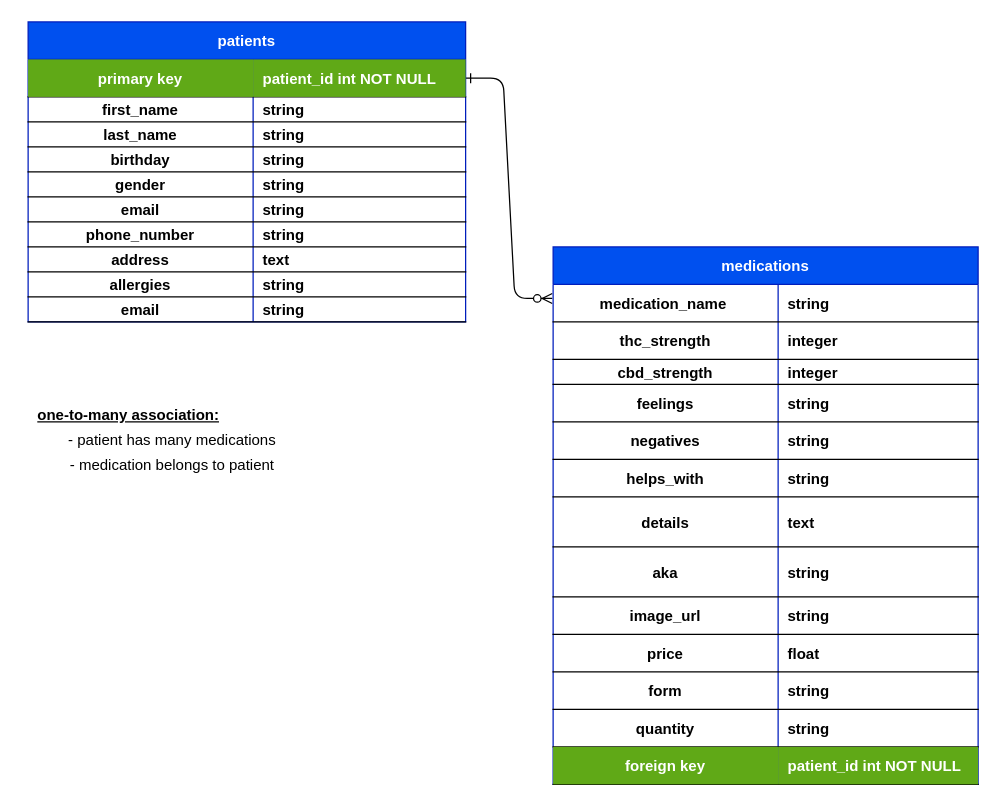
The draw.io diagram .drawio in minchulan/dailydose-server, before the edit. Source tidied: cells renumbered, new cells numbered last; positions are measured from the earlier drawing's top-left corner, leaving out a move shared by most shapes. Both pictures are drawn from the tidied source at 125%, with x=0, y=0 at pixel (21, 21).
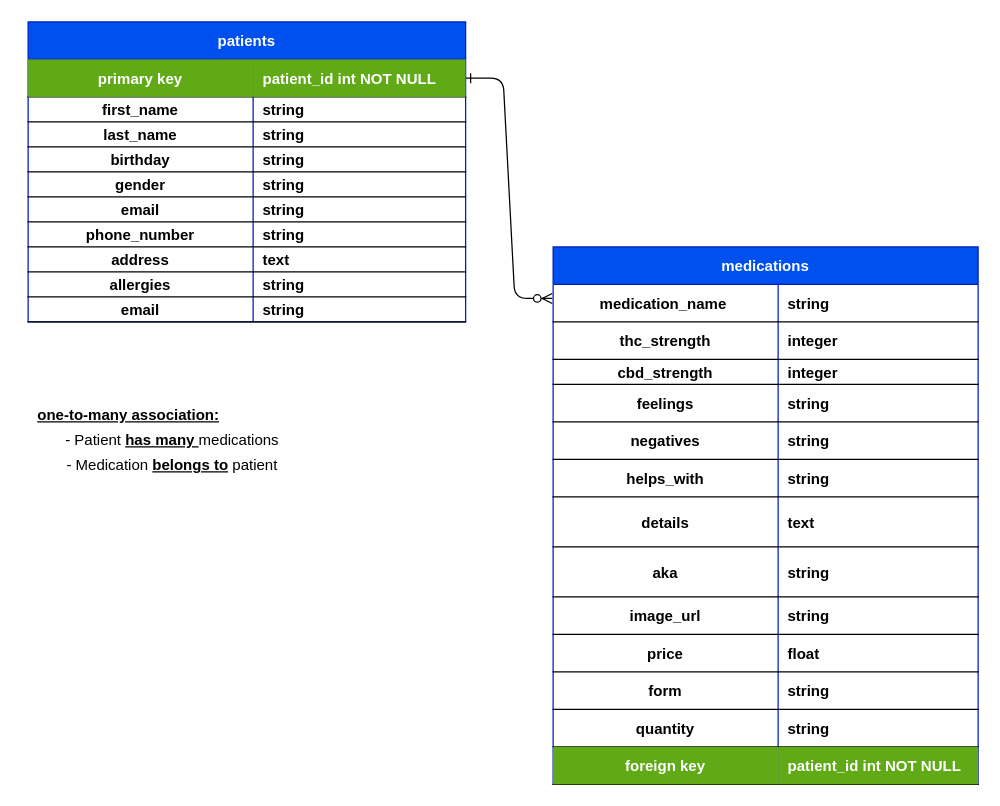
Above is the later version.

Diff of the diagram source:
```diff
@@
-    <mxCell id="35" value="- patient has many medications" style="text;html=1;align=center;verticalAlign=middle;strokeColor=none;fillColor=none;" parent="1" vertex="1">
+    <mxCell id="35" value="- Patient &lt;b&gt;&lt;u&gt;has many &lt;/u&gt;&lt;/b&gt;medications" style="text;html=1;align=center;verticalAlign=middle;strokeColor=none;fillColor=none;" parent="1" vertex="1">
       <mxGeometry x="25" y="320" width="190" height="30" as="geometry" />
     </mxCell>
-    <mxCell id="36" value="- medication belongs to patient" style="text;html=1;align=center;verticalAlign=middle;strokeColor=none;fillColor=none;" parent="1" vertex="1">
+    <mxCell id="36" value="- Medication &lt;b&gt;&lt;u&gt;belongs to&lt;/u&gt;&lt;/b&gt; patient" style="text;html=1;align=center;verticalAlign=middle;strokeColor=none;fillColor=none;" parent="1" vertex="1">
       <mxGeometry x="25" y="340" width="190" height="30" as="geometry" />
     </mxCell>
```
